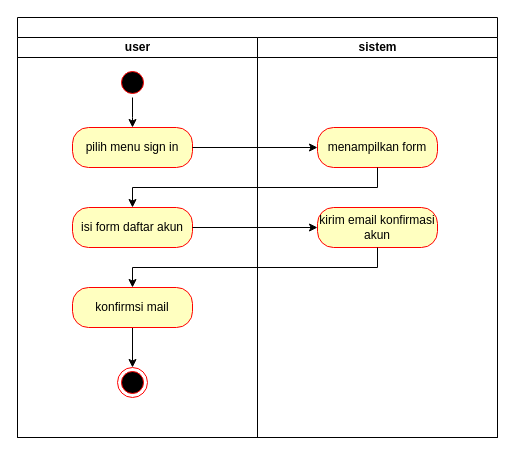
Earlier version of the draw.io diagram login.drawio (zzarr/Project3-design-diagram). Source tidied: cells renumbered, new cells numbered last; positions are measured from the earlier drawing's top-left corner, leaving out a move shared by most shapes. Both pictures are drawn from the tidied source at 100%, with x=0, y=0 at pixel (17, 17).
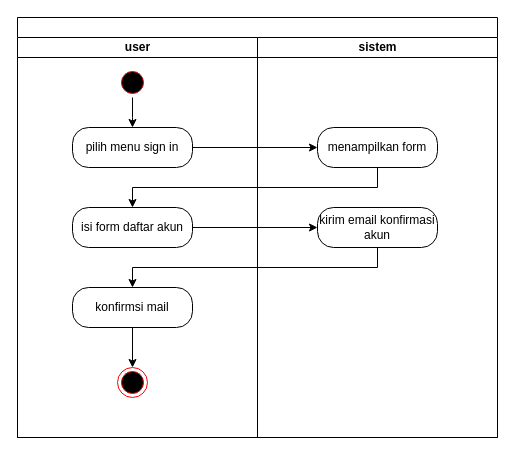
The same page after the edit.

Unchanged cells that the change refers to:
```xml
<mxCell id="3" value="user" style="swimlane;startSize=20;html=1;" parent="2" vertex="1">
  <mxGeometry y="20" width="240" height="400" as="geometry" />
</mxCell>
<mxCell id="11" value="sistem" style="swimlane;startSize=20;html=1;" parent="2" vertex="1">
  <mxGeometry x="240" y="20" width="240" height="400" as="geometry" />
</mxCell>
```

The edit, as a diff of the source:
```diff
@@
-    <mxCell id="4" value="pilih menu sign in" style="rounded=1;whiteSpace=wrap;html=1;arcSize=40;fontColor=#000000;fillColor=#ffffc0;strokeColor=#ff0000;" parent="3" vertex="1">
+    <mxCell id="4" value="pilih menu sign in" style="rounded=1;whiteSpace=wrap;html=1;arcSize=40;" parent="3" vertex="1">
       <mxGeometry x="55" y="90" width="120" height="40" as="geometry" />
     </mxCell>
@@
-    <mxCell id="7" value="isi form daftar akun" style="rounded=1;whiteSpace=wrap;html=1;arcSize=40;fontColor=#000000;fillColor=#ffffc0;strokeColor=#ff0000;" parent="3" vertex="1">
+    <mxCell id="7" value="isi form daftar akun" style="rounded=1;whiteSpace=wrap;html=1;arcSize=40;" parent="3" vertex="1">
       <mxGeometry x="55" y="170" width="120" height="40" as="geometry" />
     </mxCell>
@@
-    <mxCell id="9" value="konfirmsi mail" style="rounded=1;whiteSpace=wrap;html=1;arcSize=40;fontColor=#000000;fillColor=#ffffc0;strokeColor=#ff0000;" parent="3" vertex="1">
+    <mxCell id="9" value="konfirmsi mail" style="rounded=1;whiteSpace=wrap;html=1;arcSize=40;" parent="3" vertex="1">
       <mxGeometry x="55" y="250" width="120" height="40" as="geometry" />
     </mxCell>
@@
-    <mxCell id="12" value="menampilkan form" style="rounded=1;whiteSpace=wrap;html=1;arcSize=40;fontColor=#000000;fillColor=#ffffc0;strokeColor=#ff0000;" parent="11" vertex="1">
+    <mxCell id="12" value="menampilkan form" style="rounded=1;whiteSpace=wrap;html=1;arcSize=40;" parent="11" vertex="1">
       <mxGeometry x="60" y="90" width="120" height="40" as="geometry" />
     </mxCell>
-    <mxCell id="13" value="kirim email konfirmasi akun" style="rounded=1;whiteSpace=wrap;html=1;arcSize=40;fontColor=#000000;fillColor=#ffffc0;strokeColor=#ff0000;" parent="11" vertex="1">
+    <mxCell id="13" value="kirim email konfirmasi akun" style="rounded=1;whiteSpace=wrap;html=1;arcSize=40;" parent="11" vertex="1">
       <mxGeometry x="60" y="170" width="120" height="40" as="geometry" />
     </mxCell>
```
